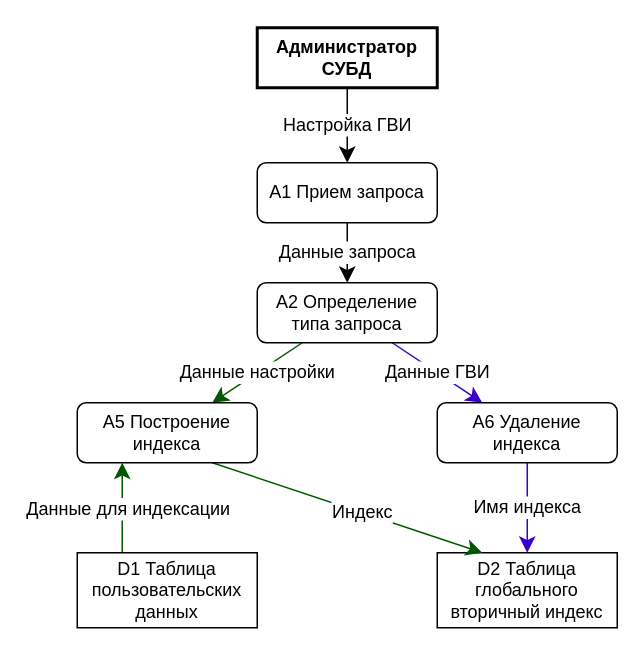
This is page "plugin-dfd2" (13 of 17) of schemas.drawio from vitosotdihaet/pind, a draw.io file, before an edit. Source tidied: cells renumbered, new cells numbered last; positions are measured from the earlier drawing's top-left corner, leaving out a move shared by most shapes. Both pictures are drawn from the tidied source at 150%, with x=0, y=0 at pixel (76, 27).
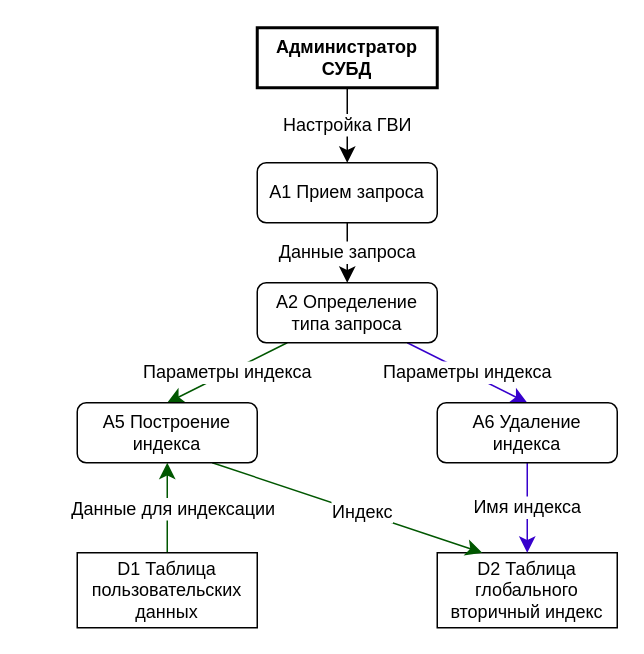
Above is the later version.

Change to the diagram source:
```diff
@@
 <mxGraphModel>
   <root>
     <mxCell id="0" />
     <mxCell id="1" parent="0" />
     <mxCell id="2" value="Настройка ГВИ" style="edgeStyle=none;curved=1;rounded=0;jettySize=auto;html=1;fontSize=12;startSize=8;endSize=8;" parent="1" edge="1" source="3" target="8">
       <mxGeometry relative="1" as="geometry" />
     </mxCell>
     <mxCell id="3" value="Администратор СУБД" style="rounded=0;whiteSpace=wrap;html=1;strokeWidth=2;fontStyle=1;" parent="1" vertex="1">
       <mxGeometry x="120" width="120" height="40" as="geometry" />
     </mxCell>
     <mxCell id="4" value="D2 Таблица глобального вторичный индекс" style="whiteSpace=wrap;html=1;rounded=0;glass=0;" parent="1" vertex="1">
       <mxGeometry x="240" y="350" width="120" height="50" as="geometry" />
     </mxCell>
     <mxCell id="5" value="Индекс" style="edgeStyle=none;curved=1;rounded=0;jettySize=auto;html=1;entryX=0.25;entryY=0;entryDx=0;entryDy=0;fontSize=12;startSize=8;endSize=8;exitX=0.75;exitY=1;exitDx=0;exitDy=0;startArrow=none;startFill=0;endArrow=classic;endFill=1;fillColor=#008a00;strokeColor=#005700;" parent="1" edge="1" source="13" target="4">
       <mxGeometry x="0.11" relative="1" as="geometry" />
     </mxCell>
-    <mxCell id="6" value="Данные для индексации" style="edgeStyle=none;curved=1;rounded=0;jettySize=auto;html=1;entryX=0.25;entryY=0;entryDx=0;entryDy=0;fontSize=12;startSize=8;endSize=8;exitX=0.25;exitY=1;exitDx=0;exitDy=0;startArrow=classic;startFill=1;endArrow=none;endFill=0;fillColor=#008a00;strokeColor=#005700;" parent="1" edge="1" source="13" target="9">
+    <mxCell id="6" value="Данные для индексации" style="edgeStyle=none;curved=1;rounded=0;jettySize=auto;html=1;entryX=0.5;entryY=0;entryDx=0;entryDy=0;fontSize=12;startSize=8;endSize=8;startArrow=classic;startFill=1;endArrow=none;endFill=0;fillColor=#008a00;strokeColor=#005700;" parent="1" edge="1" source="13" target="9">
       <mxGeometry x="0.04" y="4" relative="1" as="geometry" />
     </mxCell>
     <mxCell id="7" value="Данные запроса" style="edgeStyle=none;curved=1;rounded=0;jettySize=auto;html=1;entryX=0.5;entryY=0;entryDx=0;entryDy=0;fontSize=12;startSize=8;endSize=8;" parent="1" edge="1" source="8" target="12">
       <mxGeometry relative="1" as="geometry" />
     </mxCell>
     <mxCell id="8" value="A1 Прием запроса" style="rounded=1;whiteSpace=wrap;html=1;" parent="1" vertex="1">
       <mxGeometry x="120" y="90" width="120" height="40" as="geometry" />
     </mxCell>
     <mxCell id="9" value="D1 Таблица пользовательских данных" style="whiteSpace=wrap;html=1;rounded=0;glass=0;" parent="1" vertex="1">
       <mxGeometry y="350" width="120" height="50" as="geometry" />
     </mxCell>
-    <mxCell id="10" value="Данные настройки" style="edgeStyle=none;curved=1;rounded=0;jettySize=auto;html=1;fontSize=12;startSize=8;endSize=8;fillColor=#008a00;strokeColor=#005700;" parent="1" edge="1" source="12" target="13">
+    <mxCell id="10" value="Параметры индекса" style="edgeStyle=none;curved=1;rounded=0;jettySize=auto;html=1;fontSize=12;startSize=8;endSize=8;fillColor=#008a00;strokeColor=#005700;entryX=0.5;entryY=0;entryDx=0;entryDy=0;" parent="1" edge="1" source="12" target="13">
       <mxGeometry relative="1" as="geometry" />
     </mxCell>
-    <mxCell id="11" value="Данные ГВИ" style="edgeStyle=none;curved=1;rounded=0;jettySize=auto;html=1;fontSize=12;startSize=8;endSize=8;fillColor=#6a00ff;strokeColor=#3700CC;" parent="1" edge="1" source="12" target="15">
+    <mxCell id="11" value="Параметры индекса" style="edgeStyle=none;curved=1;rounded=0;jettySize=auto;html=1;fontSize=12;startSize=8;endSize=8;fillColor=#6a00ff;strokeColor=#3700CC;entryX=0.5;entryY=0;entryDx=0;entryDy=0;" parent="1" edge="1" source="12" target="15">
       <mxGeometry relative="1" as="geometry" />
     </mxCell>
     <mxCell id="12" value="A2 Определение типа запроса" style="rounded=1;whiteSpace=wrap;html=1;" parent="1" vertex="1">
       <mxGeometry x="120" y="170" width="120" height="40" as="geometry" />
     </mxCell>
     <mxCell id="13" value="A5 Построение индекса" style="rounded=1;whiteSpace=wrap;html=1;" parent="1" vertex="1">
       <mxGeometry y="250" width="120" height="40" as="geometry" />
     </mxCell>
     <mxCell id="14" value="Имя индекса" style="edgeStyle=none;curved=1;rounded=0;jettySize=auto;html=1;entryX=0.5;entryY=0;entryDx=0;entryDy=0;fontSize=12;startSize=8;endSize=8;fillColor=#6a00ff;strokeColor=#3700CC;" parent="1" edge="1" source="15" target="4">
       <mxGeometry relative="1" as="geometry" />
     </mxCell>
     <mxCell id="15" value="A6 Удаление индекса" style="rounded=1;whiteSpace=wrap;html=1;" parent="1" vertex="1">
       <mxGeometry x="240" y="250" width="120" height="40" as="geometry" />
     </mxCell>
   </root>
 </mxGraphModel>
```
